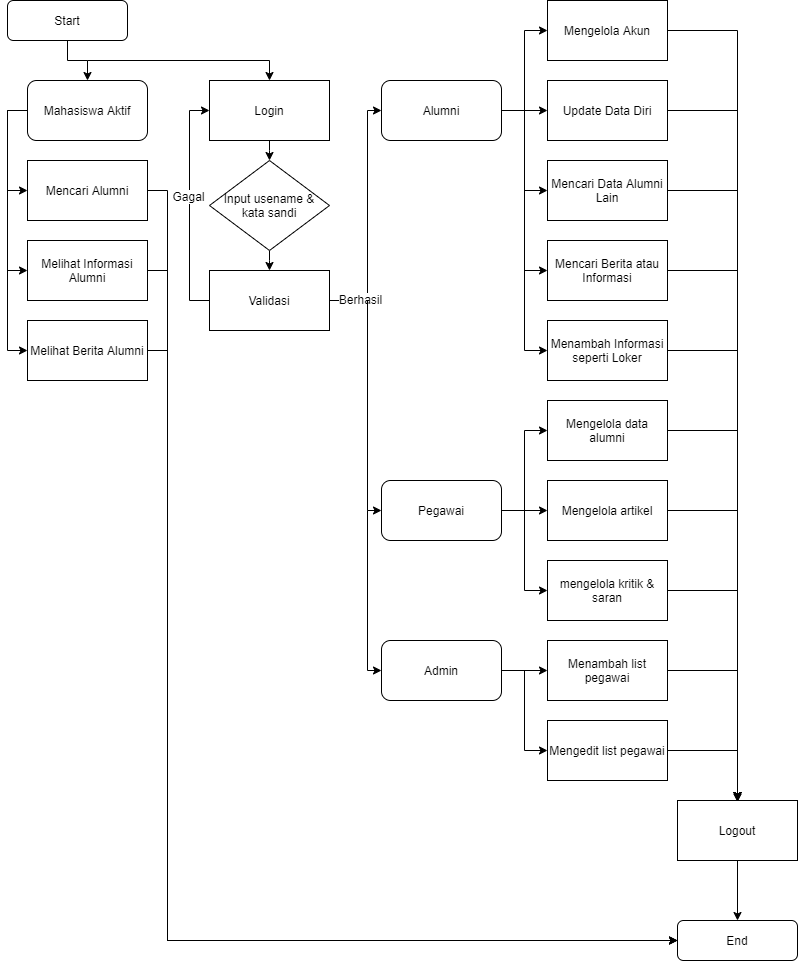
Before: flowchart.png, a diagram exported from draw.io (DwikiAffandi/flowchart). Source tidied: cells renumbered, new cells last; positions are measured from the earlier drawing's top-left corner, leaving out a move shared by most shapes.
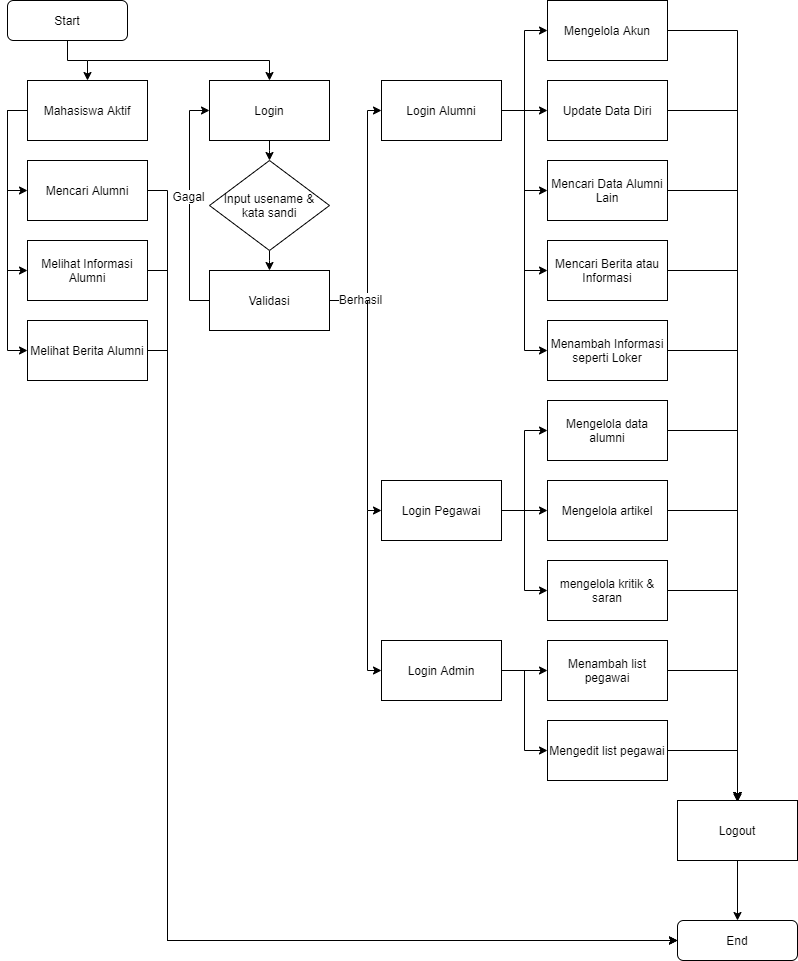
Later version of the same file.

The edit, as a diff of the source:
```diff
@@ -24,7 +24,7 @@
         </Array>
       </mxGeometry>
     </mxCell>
-    <mxCell id="6" value="Mahasiswa Aktif" style="rounded=1;whiteSpace=wrap;html=1;" parent="1" vertex="1">
+    <mxCell id="6" value="Mahasiswa Aktif" style="rounded=0;whiteSpace=wrap;html=1;" parent="1" vertex="1">
       <mxGeometry x="20" y="80" width="120" height="60" as="geometry" />
     </mxCell>
     <mxCell id="7" style="edgeStyle=orthogonalEdgeStyle;rounded=0;jettySize=auto;html=1;" parent="1" edge="1" source="8">
@@ -114,7 +114,7 @@
     <mxCell id="26" style="edgeStyle=orthogonalEdgeStyle;rounded=0;jettySize=auto;html=1;entryX=0;entryY=0.5;entryDx=0;entryDy=0;fontSize=12;" parent="1" edge="1" source="27" target="61">
       <mxGeometry relative="1" as="geometry" />
     </mxCell>
-    <mxCell id="27" value="Alumni" style="rounded=1;whiteSpace=wrap;html=1;" parent="1" vertex="1">
+    <mxCell id="27" value="Login Alumni" style="rounded=0;whiteSpace=wrap;html=1;" parent="1" vertex="1">
       <mxGeometry x="374" y="80" width="120" height="60" as="geometry" />
     </mxCell>
     <mxCell id="28" style="edgeStyle=orthogonalEdgeStyle;rounded=0;jettySize=auto;html=1;entryX=0.5;entryY=0;entryDx=0;entryDy=0;" parent="1" edge="1" source="29" target="56">
@@ -156,7 +156,7 @@
         </Array>
       </mxGeometry>
     </mxCell>
-    <mxCell id="38" value="Pegawai" style="rounded=1;whiteSpace=wrap;html=1;" parent="1" vertex="1">
+    <mxCell id="38" value="Login Pegawai" style="rounded=0;whiteSpace=wrap;html=1;" parent="1" vertex="1">
       <mxGeometry x="374" y="480" width="120" height="60" as="geometry" />
     </mxCell>
     <mxCell id="39" style="edgeStyle=orthogonalEdgeStyle;rounded=0;jettySize=auto;html=1;" parent="1" edge="1" source="40">
@@ -193,7 +193,7 @@
         </Array>
       </mxGeometry>
     </mxCell>
-    <mxCell id="48" value="Admin" style="rounded=1;whiteSpace=wrap;html=1;" parent="1" vertex="1">
+    <mxCell id="48" value="Login Admin" style="rounded=0;whiteSpace=wrap;html=1;" parent="1" vertex="1">
       <mxGeometry x="374" y="640" width="120" height="60" as="geometry" />
     </mxCell>
     <mxCell id="49" style="edgeStyle=orthogonalEdgeStyle;rounded=0;jettySize=auto;html=1;" parent="1" edge="1" source="50" target="56">
```
